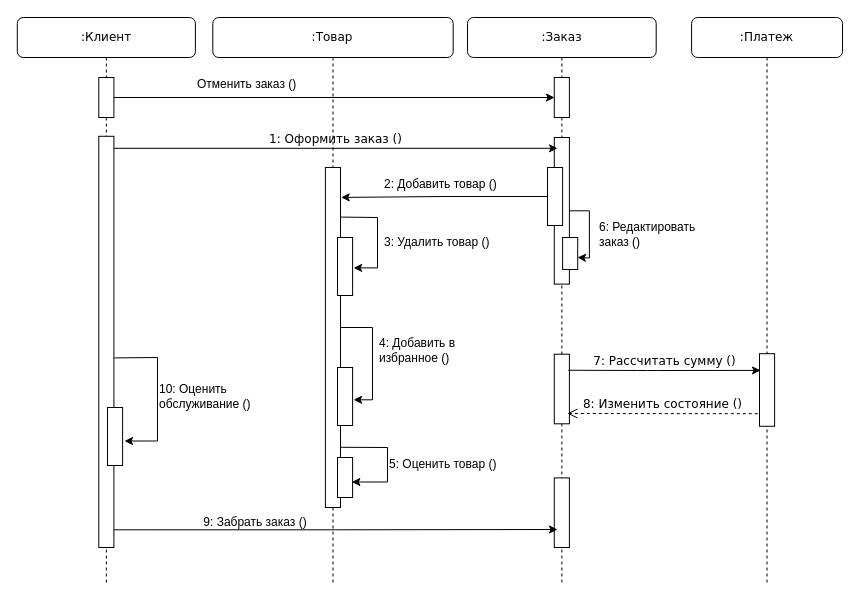
The draw.io diagram дгрмм последовательности.drawio in Ksenix-CopLLeRe/preparation, before the edit. Source tidied: cells renumbered, new cells numbered last; positions are measured from the earlier drawing's top-left corner, leaving out a move shared by most shapes. Both pictures are drawn from the tidied source at 100%, with x=0, y=0 at pixel (17, 17).
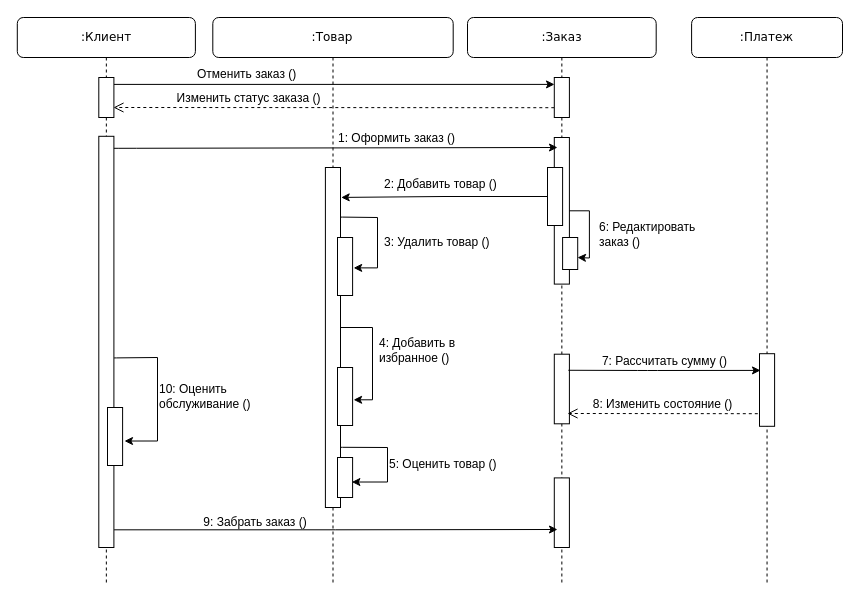
After the change.

The change refers to these unchanged cells:
```xml
<mxCell id="2" style="group;" parent="1" vertex="1">
  <mxGeometry x="10" width="815" height="568" as="geometry" />
</mxCell>
<mxCell id="3" value=":Заказ" style="shape=umlLifeline;perimeter=lifelinePerimeter;whiteSpace=wrap;html=1;rounded=1;shadow=0;comic=0;labelBackgroundColor=none;strokeWidth=1;fontFamily=Verdana;fontSize=12;align=center;" parent="2" vertex="1">
  <mxGeometry x="440" width="188.7" height="568" as="geometry" />
</mxCell>
<mxCell id="4" style="html=1;points=[];perimeter=orthogonalPerimeter;rounded=0;shadow=0;comic=0;labelBackgroundColor=none;strokeWidth=1;fontFamily=Verdana;fontSize=12;align=center;" parent="3" vertex="1">
  <mxGeometry x="86.8" y="120" width="15.1" height="146.6" as="geometry" />
</mxCell>
<mxCell id="5" style="html=1;points=[];perimeter=orthogonalPerimeter;rounded=0;shadow=0;comic=0;labelBackgroundColor=none;strokeWidth=1;fontFamily=Verdana;fontSize=12;align=center;" parent="3" vertex="1">
  <mxGeometry x="86.8" y="336.7" width="15.1" height="69.6" as="geometry" />
</mxCell>
<mxCell id="10" value=":Клиент" style="shape=umlLifeline;perimeter=lifelinePerimeter;whiteSpace=wrap;html=1;rounded=1;shadow=0;comic=0;labelBackgroundColor=none;strokeWidth=1;fontFamily=Verdana;fontSize=12;align=center;" parent="2" vertex="1">
  <mxGeometry x="-10.2" width="178.1" height="568" as="geometry" />
</mxCell>
<mxCell id="30" style="html=1;points=[];perimeter=orthogonalPerimeter;rounded=0;shadow=0;comic=0;labelBackgroundColor=none;strokeWidth=1;fontFamily=Verdana;fontSize=12;align=center;" parent="2" vertex="1">
  <mxGeometry x="71.3" y="60" width="15.1" height="40" as="geometry" />
</mxCell>
```

What changed in the source:
```diff
@@
-    <mxCell id="7" value="1: Оформить заказ ()" style="html=1;verticalAlign=bottom;endArrow=classic;labelBackgroundColor=none;fontFamily=Verdana;fontSize=12;edgeStyle=elbowEdgeStyle;elbow=vertical;exitX=1.5;exitY=0.091;exitDx=0;exitDy=0;exitPerimeter=0;endFill=1;entryX=0.213;entryY=0.068;entryDx=0;entryDy=0;entryPerimeter=0;" parent="3" edge="1" target="4">
-      <mxGeometry relative="1" as="geometry">
+    <mxCell id="7" value="&lt;font face=&quot;Helvetica&quot;&gt;1: Оформить заказ ()&lt;/font&gt;" style="html=1;verticalAlign=bottom;endArrow=classic;labelBackgroundColor=none;fontFamily=Verdana;fontSize=12;edgeStyle=elbowEdgeStyle;elbow=horizontal;exitX=1.5;exitY=0.091;exitDx=0;exitDy=0;exitPerimeter=0;endFill=1;" parent="3" edge="1">
+      <mxGeometry x="0.28" relative="1" as="geometry">
         <mxPoint x="-356.2" y="130.8" as="sourcePoint" />
+        <mxPoint x="90" y="130" as="targetPoint" />
         <Array as="points">
           <mxPoint x="-341.1" y="130.8" />
           <mxPoint x="-265.7" y="130.8" />
         </Array>
       </mxGeometry>
     </mxCell>
+    <mxCell id="40" value="&lt;font face=&quot;Helvetica&quot;&gt;Изменить статус заказа ()&lt;/font&gt;" style="html=1;verticalAlign=bottom;endArrow=open;dashed=1;endSize=8;exitX=-0.1;exitY=0.573;labelBackgroundColor=none;fontFamily=Verdana;fontSize=12;exitDx=0;exitDy=0;exitPerimeter=0;entryX=0.972;entryY=0.75;entryDx=0;entryDy=0;entryPerimeter=0;" parent="3" edge="1" target="30">
+      <mxGeometry x="0.39" relative="1" as="geometry">
+        <mxPoint x="86.8" y="90.2" as="sourcePoint" />
+      </mxGeometry>
+    </mxCell>
@@
+    <mxCell id="29" style="edgeStyle=orthogonalEdgeStyle;rounded=0;orthogonalLoop=1;jettySize=auto;html=1;endArrow=classic;endFill=1;" parent="10" edge="1">
+      <mxGeometry relative="1" as="geometry">
+        <mxPoint x="96.6" y="66.9" as="sourcePoint" />
+        <mxPoint x="537.2" y="66.9" as="targetPoint" />
+      </mxGeometry>
+    </mxCell>
@@
-    <mxCell id="12" value="8: Изменить состояние ()" style="html=1;verticalAlign=bottom;endArrow=open;dashed=1;endSize=8;exitX=-0.1;exitY=0.573;labelBackgroundColor=none;fontFamily=Verdana;fontSize=12;exitDx=0;exitDy=0;exitPerimeter=0;" parent="2" edge="1">
+    <mxCell id="12" value="&lt;font face=&quot;Helvetica&quot;&gt;8: Изменить состояние ()&lt;/font&gt;" style="html=1;verticalAlign=bottom;endArrow=open;dashed=1;endSize=8;exitX=-0.1;exitY=0.573;labelBackgroundColor=none;fontFamily=Verdana;fontSize=12;exitDx=0;exitDy=0;exitPerimeter=0;" parent="2" edge="1">
       <mxGeometry relative="1" as="geometry">
         <mxPoint x="730.3" y="396.2" as="sourcePoint" />
         <mxPoint x="540" y="396" as="targetPoint" />
       </mxGeometry>
     </mxCell>
-    <mxCell id="13" value="7: Рассчитать сумму ()" style="html=1;verticalAlign=bottom;endArrow=classic;labelBackgroundColor=none;fontFamily=Verdana;fontSize=12;entryX=-0.086;entryY=0.496;entryDx=0;entryDy=0;entryPerimeter=0;exitX=0.932;exitY=0.231;exitDx=0;exitDy=0;exitPerimeter=0;endFill=1;" parent="2" edge="1" source="5">
+    <mxCell id="13" value="&lt;font face=&quot;Helvetica&quot;&gt;7: Рассчитать сумму ()&lt;/font&gt;" style="html=1;verticalAlign=bottom;endArrow=classic;labelBackgroundColor=none;fontFamily=Verdana;fontSize=12;entryX=-0.086;entryY=0.496;entryDx=0;entryDy=0;entryPerimeter=0;exitX=0.932;exitY=0.231;exitDx=0;exitDy=0;exitPerimeter=0;endFill=1;" parent="2" edge="1" source="5">
       <mxGeometry relative="1" as="geometry">
         <mxPoint x="733" y="352.9" as="targetPoint" />
         <Array as="points">
           <mxPoint x="620" y="353" />
         </Array>
       </mxGeometry>
     </mxCell>
@@
-    <mxCell id="29" style="edgeStyle=orthogonalEdgeStyle;rounded=0;jettySize=auto;html=1;endArrow=classic;endFill=1;" parent="2" edge="1" source="30">
-      <mxGeometry relative="1" as="geometry">
-        <mxPoint x="527" y="80" as="targetPoint" />
-      </mxGeometry>
-    </mxCell>
@@
     <mxCell id="31" value="Отменить заказ ()" style="text;strokeColor=none;align=left;fillColor=none;html=1;verticalAlign=middle;whiteSpace=wrap;rounded=0;" parent="2" vertex="1">
-      <mxGeometry x="167.9" y="50" width="130" height="34.8" as="geometry" />
+      <mxGeometry x="167.9" y="40" width="130" height="34.8" as="geometry" />
     </mxCell>
```
